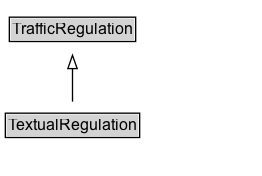
Earlier version of the Graphviz export docs/diagrams/TextualRegulation.dot.png (k-vaughn/ontology-its-regulation). Its source is kept beside it as docs/diagrams/TextualRegulation.dot. Source of this version:
```dot
digraph {
	graph [overlap=false rankdir=TB splines=true]
	node [fontname=Arial fontsize=12 margin=0 shape=none]
	edge [fontname=Arial fontsize=11]
	{
		rank=source
		TrafficRegulation [label=<<TABLE BORDER="1" CELLBORDER="0" CELLSPACING="0" CELLPADDING="1"><TR><TD BGCOLOR="lightgray" ALIGN="CENTER">TrafficRegulation</TD></TR></TABLE>> URL="../TrafficRegulation" margin=0]
	}
	TextualRegulation [label=<<TABLE BORDER="1" CELLBORDER="0" CELLSPACING="0" CELLPADDING="1"><TR><TD BGCOLOR="lightgray" ALIGN="CENTER">TextualRegulation</TD></TR></TABLE>> URL="../TextualRegulation" margin=0]
	{
		rank=max
	}
	subgraph cluster_associated {
		label="" style=invis
		Invis [label=<<TABLE BORDER="0" CELLBORDER="0" CELLSPACING="0" CELLPADDING="1"><TR><TD></TD></TR></TABLE>> margin=0 style=invis]
	}
	TextualRegulation -> TrafficRegulation [arrowhead=onormal style=solid]
}
```
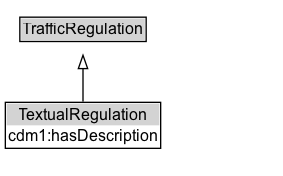
Later version of the same file.

The edit, as a diff of the source:
```diff
@@ -6,7 +6,7 @@
 		rank=source
 		TrafficRegulation [label=<<TABLE BORDER="1" CELLBORDER="0" CELLSPACING="0" CELLPADDING="1"><TR><TD BGCOLOR="lightgray" ALIGN="CENTER">TrafficRegulation</TD></TR></TABLE>> URL="../TrafficRegulation" margin=0]
 	}
-	TextualRegulation [label=<<TABLE BORDER="1" CELLBORDER="0" CELLSPACING="0" CELLPADDING="1"><TR><TD BGCOLOR="lightgray" ALIGN="CENTER">TextualRegulation</TD></TR></TABLE>> URL="../TextualRegulation" margin=0]
+	TextualRegulation [label=<<TABLE BORDER="1" CELLBORDER="0" CELLSPACING="0" CELLPADDING="1"><TR><TD BGCOLOR="lightgray" ALIGN="CENTER">TextualRegulation</TD></TR><TR><TD ALIGN="LEFT">cdm1:hasDescription</TD></TR></TABLE>> URL="../TextualRegulation" margin=0]
 	{
 		rank=max
 	}
```
